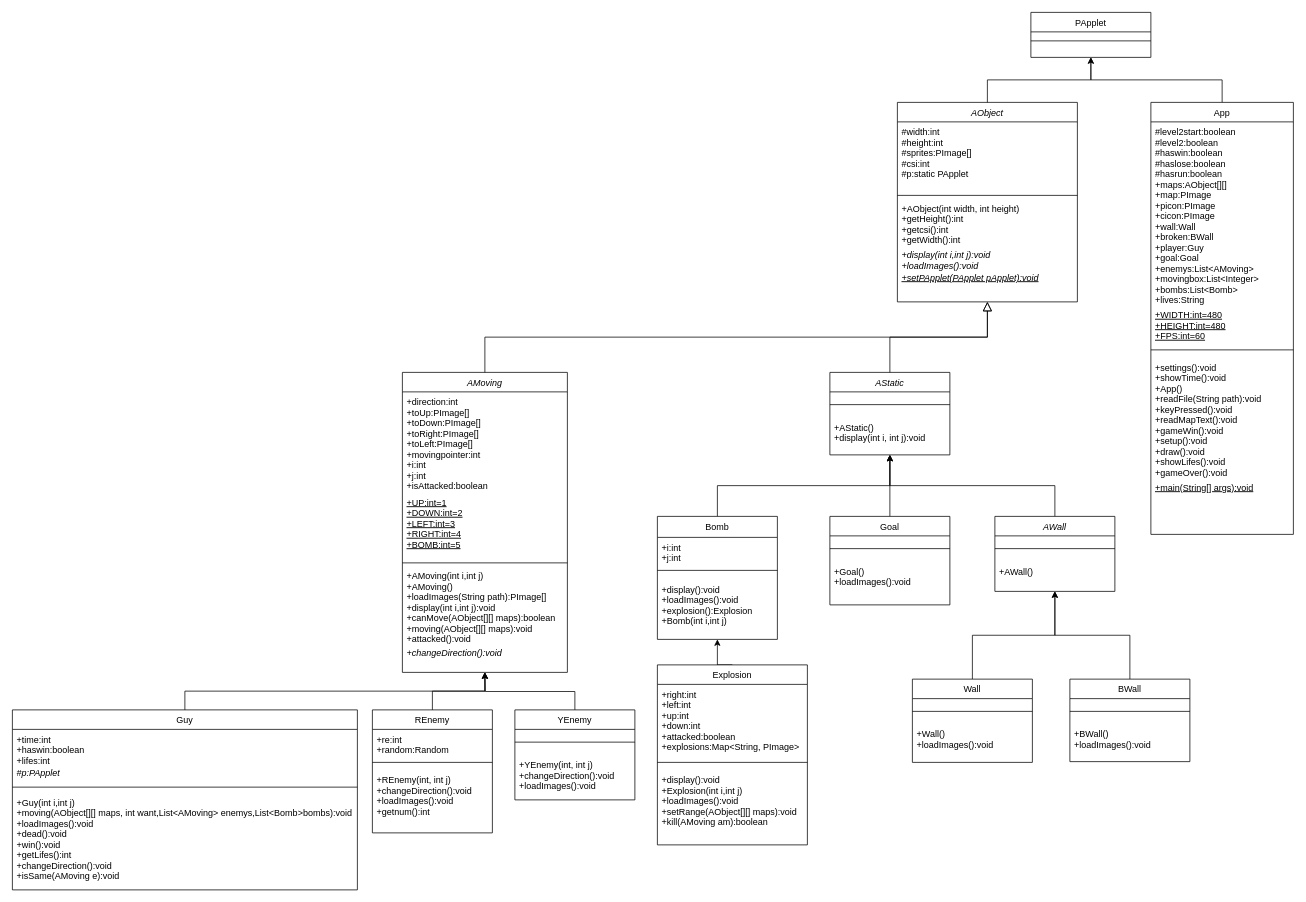
The draw.io diagram Untitled Diagram.drawio in Neptuneqaq/neptune, before the edit. Source tidied: cells renumbered, new cells numbered last; positions are measured from the earlier drawing's top-left corner, leaving out a move shared by most shapes. Both pictures are drawn from the tidied source at 75%, with x=0, y=0 at pixel (12, 12).
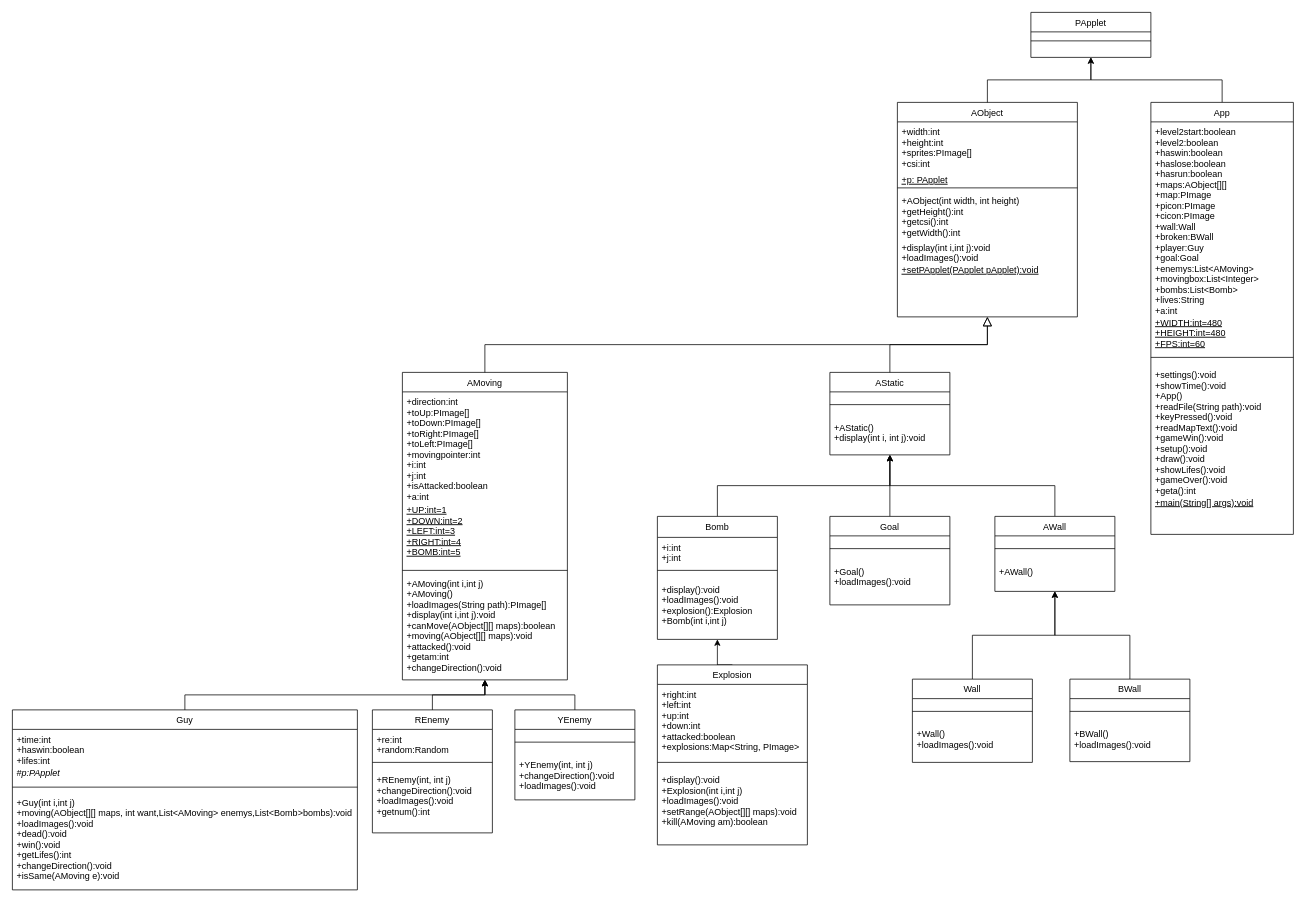
The same page after the edit.

The change refers to these unchanged cells:
```xml
<mxCell id="20" value="App" style="swimlane;fontStyle=0;align=center;verticalAlign=top;horizontal=1;startSize=26;rounded=0;shadow=0;strokeWidth=1;" parent="1" vertex="1">
  <mxGeometry x="1518" y="120" width="190" height="576" as="geometry" />
</mxCell>
<mxCell id="67" value="YEnemy" style="swimlane;fontStyle=0;align=center;verticalAlign=top;horizontal=1;startSize=26;rounded=0;shadow=0;strokeWidth=1;fontColor=default;" parent="1" vertex="1">
  <mxGeometry x="670" y="930" width="160" height="120" as="geometry" />
</mxCell>
```

Change to the diagram source:
```diff
@@
-    <mxCell id="2" value="AObject" style="swimlane;fontStyle=2;align=center;verticalAlign=top;horizontal=1;startSize=26;rounded=0;shadow=0;strokeWidth=1;" parent="1" vertex="1">
-      <mxGeometry x="1180" y="120" width="240" height="266" as="geometry" />
+    <mxCell id="2" value="AObject" style="swimlane;fontStyle=0;align=center;verticalAlign=top;horizontal=1;startSize=26;rounded=0;shadow=0;strokeWidth=1;" parent="1" vertex="1">
+      <mxGeometry x="1180" y="120" width="240" height="286" as="geometry" />
     </mxCell>
-    <mxCell id="3" value="#width:int&#10;#height:int&#10;#sprites:PImage[]&#10;#csi:int&#10;#p:static PApplet" style="text;align=left;verticalAlign=top;spacingLeft=4;spacingRight=4;overflow=hidden;" parent="2" vertex="1">
-      <mxGeometry y="26" width="240" height="94" as="geometry" />
+    <mxCell id="3" value="+width:int&#10;+height:int&#10;+sprites:PImage[]&#10;+csi:int" style="text;align=left;verticalAlign=top;spacingLeft=4;spacingRight=4;overflow=hidden;" parent="2" vertex="1">
+      <mxGeometry y="26" width="240" height="64" as="geometry" />
     </mxCell>
+    <mxCell id="70" value="+p: PApplet" style="text;align=left;verticalAlign=top;spacingLeft=4;spacingRight=4;overflow=hidden;fontStyle=4;" parent="2" vertex="1">
+      <mxGeometry y="90" width="240" height="20" as="geometry" />
+    </mxCell>
     <mxCell id="4" style="line;html=1;strokeWidth=1;align=left;verticalAlign=middle;spacingTop=-1;spacingLeft=3;spacingRight=3;labelPosition=right;" parent="2" vertex="1">
-      <mxGeometry y="120" width="240" height="8" as="geometry" />
+      <mxGeometry y="110" width="240" height="8" as="geometry" />
     </mxCell>
     <mxCell id="5" value="+AObject(int width, int height)&#10;+getHeight():int&#10;+getcsi():int&#10;+getWidth():int" style="text;align=left;verticalAlign=top;spacingLeft=4;spacingRight=4;overflow=hidden;fontStyle=0;" parent="2" vertex="1">
-      <mxGeometry y="128" width="240" height="62" as="geometry" />
+      <mxGeometry y="118" width="240" height="62" as="geometry" />
     </mxCell>
-    <mxCell id="6" value="+display(int i,int j):void&#10;+loadImages():void" style="text;align=left;verticalAlign=top;spacingLeft=4;spacingRight=4;overflow=hidden;fontStyle=2;" parent="2" vertex="1">
-      <mxGeometry y="190" width="240" height="30" as="geometry" />
+    <mxCell id="6" value="+display(int i,int j):void&#10;+loadImages():void" style="text;align=left;verticalAlign=top;spacingLeft=4;spacingRight=4;overflow=hidden;fontStyle=0;" parent="2" vertex="1">
+      <mxGeometry y="180" width="240" height="30" as="geometry" />
     </mxCell>
-    <mxCell id="7" value="+setPApplet(PApplet pApplet):void" style="text;align=left;verticalAlign=top;spacingLeft=4;spacingRight=4;overflow=hidden;fontStyle=6;" parent="2" vertex="1">
-      <mxGeometry y="220" width="240" height="26" as="geometry" />
+    <mxCell id="7" value="+setPApplet(PApplet pApplet):void" style="text;align=left;verticalAlign=top;spacingLeft=4;spacingRight=4;overflow=hidden;fontStyle=4;" parent="2" vertex="1">
+      <mxGeometry y="210" width="240" height="26" as="geometry" />
     </mxCell>
-    <mxCell id="8" value="AMoving" style="swimlane;fontStyle=2;align=center;verticalAlign=top;horizontal=1;startSize=26;rounded=0;shadow=0;strokeWidth=1;" parent="1" vertex="1">
-      <mxGeometry x="520" y="480" width="220" height="400" as="geometry" />
+    <mxCell id="8" value="AMoving" style="swimlane;fontStyle=0;align=center;verticalAlign=top;horizontal=1;startSize=26;rounded=0;shadow=0;strokeWidth=1;" parent="1" vertex="1">
+      <mxGeometry x="520" y="480" width="220" height="410" as="geometry" />
     </mxCell>
-    <mxCell id="9" value="+direction:int&#10;+toUp:PImage[]&#10;+toDown:PImage[]&#10;+toRight:PImage[]&#10;+toLeft:PImage[]&#10;+movingpointer:int&#10;+i:int&#10;+j:int&#10;+isAttacked:boolean&#10;&#10;" style="text;align=left;verticalAlign=top;spacingLeft=4;spacingRight=4;overflow=hidden;" parent="8" vertex="1">
-      <mxGeometry y="26" width="220" height="134" as="geometry" />
+    <mxCell id="9" value="+direction:int&#10;+toUp:PImage[]&#10;+toDown:PImage[]&#10;+toRight:PImage[]&#10;+toLeft:PImage[]&#10;+movingpointer:int&#10;+i:int&#10;+j:int&#10;+isAttacked:boolean&#10;+a:int" style="text;align=left;verticalAlign=top;spacingLeft=4;spacingRight=4;overflow=hidden;" parent="8" vertex="1">
+      <mxGeometry y="26" width="220" height="144" as="geometry" />
     </mxCell>
     <mxCell id="10" value="+UP:int=1&#10;+DOWN:int=2&#10;+LEFT:int=3&#10;+RIGHT:int=4&#10;+BOMB:int=5&#10;&#10;" style="text;align=left;verticalAlign=top;spacingLeft=4;spacingRight=4;overflow=hidden;fontStyle=4;" parent="8" vertex="1">
-      <mxGeometry y="160" width="220" height="90" as="geometry" />
+      <mxGeometry y="170" width="220" height="90" as="geometry" />
     </mxCell>
     <mxCell id="11" style="line;html=1;strokeWidth=1;align=left;verticalAlign=middle;spacingTop=-1;spacingLeft=3;spacingRight=3;labelPosition=right;" parent="8" vertex="1">
-      <mxGeometry y="250" width="220" height="8" as="geometry" />
+      <mxGeometry y="260" width="220" height="8" as="geometry" />
     </mxCell>
-    <mxCell id="12" value="+AMoving(int i,int j)&#10;+AMoving()&#10;+loadImages(String path):PImage[]&#10;+display(int i,int j):void&#10;+canMove(AObject[][] maps):boolean&#10;+moving(AObject[][] maps):void&#10;+attacked():void&#10;" style="text;align=left;verticalAlign=top;spacingLeft=4;spacingRight=4;overflow=hidden;" parent="8" vertex="1">
-      <mxGeometry y="258" width="220" height="102" as="geometry" />
+    <mxCell id="12" value="+AMoving(int i,int j)&#10;+AMoving()&#10;+loadImages(String path):PImage[]&#10;+display(int i,int j):void&#10;+canMove(AObject[][] maps):boolean&#10;+moving(AObject[][] maps):void&#10;+attacked():void&#10;+getam:int&#10;+changeDirection():void" style="text;align=left;verticalAlign=top;spacingLeft=4;spacingRight=4;overflow=hidden;" parent="8" vertex="1">
+      <mxGeometry y="268" width="220" height="132" as="geometry" />
     </mxCell>
-    <mxCell id="13" value="+changeDirection():void" style="text;align=left;verticalAlign=top;spacingLeft=4;spacingRight=4;overflow=hidden;fontStyle=2;" parent="8" vertex="1">
-      <mxGeometry y="360" width="220" height="30" as="geometry" />
-    </mxCell>
@@
-    <mxCell id="15" value="AStatic" style="swimlane;fontStyle=2;align=center;verticalAlign=top;horizontal=1;startSize=26;rounded=0;shadow=0;strokeWidth=1;" parent="1" vertex="1">
+    <mxCell id="15" value="AStatic" style="swimlane;fontStyle=0;align=center;verticalAlign=top;horizontal=1;startSize=26;rounded=0;shadow=0;strokeWidth=1;" parent="1" vertex="1">
       <mxGeometry x="1090" y="480" width="160" height="110" as="geometry" />
     </mxCell>
@@
-    <mxCell id="21" value="#level2start:boolean&#10;#level2:boolean&#10;#haswin:boolean&#10;#haslose:boolean&#10;#hasrun:boolean&#10;+maps:AObject[][]&#10;+map:PImage&#10;+picon:PImage&#10;+cicon:PImage&#10;+wall:Wall&#10;+broken:BWall&#10;+player:Guy&#10;+goal:Goal&#10;+enemys:List&lt;AMoving&gt;&#10;+movingbox:List&lt;Integer&gt;&#10;+bombs:List&lt;Bomb&gt;&#10;+lives:String&#10;" style="text;align=left;verticalAlign=top;spacingLeft=4;spacingRight=4;overflow=hidden;rounded=0;shadow=0;html=0;" parent="20" vertex="1">
-      <mxGeometry y="26" width="190" height="244" as="geometry" />
+    <mxCell id="21" value="+level2start:boolean&#10;+level2:boolean&#10;+haswin:boolean&#10;+haslose:boolean&#10;+hasrun:boolean&#10;+maps:AObject[][]&#10;+map:PImage&#10;+picon:PImage&#10;+cicon:PImage&#10;+wall:Wall&#10;+broken:BWall&#10;+player:Guy&#10;+goal:Goal&#10;+enemys:List&lt;AMoving&gt;&#10;+movingbox:List&lt;Integer&gt;&#10;+bombs:List&lt;Bomb&gt;&#10;+lives:String&#10;+a:int" style="text;align=left;verticalAlign=top;spacingLeft=4;spacingRight=4;overflow=hidden;rounded=0;shadow=0;html=0;" parent="20" vertex="1">
+      <mxGeometry y="26" width="190" height="254" as="geometry" />
     </mxCell>
     <mxCell id="22" value="+WIDTH:int=480&#10;+HEIGHT:int=480&#10;+FPS:int=60" style="text;align=left;verticalAlign=top;spacingLeft=4;spacingRight=4;overflow=hidden;fontStyle=4;" parent="20" vertex="1">
-      <mxGeometry y="270" width="190" height="50" as="geometry" />
+      <mxGeometry y="280" width="190" height="50" as="geometry" />
     </mxCell>
     <mxCell id="23" style="line;html=1;strokeWidth=1;align=left;verticalAlign=middle;spacingTop=-1;spacingLeft=3;spacingRight=3;labelPosition=right;" parent="20" vertex="1">
-      <mxGeometry y="320" width="190" height="20" as="geometry" />
+      <mxGeometry y="330" width="190" height="20" as="geometry" />
     </mxCell>
-    <mxCell id="24" value="+settings():void&#10;+showTime():void&#10;+App()&#10;+readFile(String path):void&#10;+keyPressed():void&#10;+readMapText():void&#10;+gameWin():void&#10;+setup():void&#10;+draw():void&#10;+showLifes():void&#10;+gameOver():void&#10;" style="text;align=left;verticalAlign=top;spacingLeft=4;spacingRight=4;overflow=hidden;" parent="20" vertex="1">
-      <mxGeometry y="340" width="190" height="160" as="geometry" />
+    <mxCell id="24" value="+settings():void&#10;+showTime():void&#10;+App()&#10;+readFile(String path):void&#10;+keyPressed():void&#10;+readMapText():void&#10;+gameWin():void&#10;+setup():void&#10;+draw():void&#10;+showLifes():void&#10;+gameOver():void&#10;+geta():int&#10;" style="text;align=left;verticalAlign=top;spacingLeft=4;spacingRight=4;overflow=hidden;" parent="20" vertex="1">
+      <mxGeometry y="350" width="190" height="170" as="geometry" />
     </mxCell>
     <mxCell id="25" value="+main(String[] args):void" style="text;align=left;verticalAlign=top;spacingLeft=4;spacingRight=4;overflow=hidden;fontStyle=4;" parent="20" vertex="1">
-      <mxGeometry y="500" width="190" height="26" as="geometry" />
+      <mxGeometry y="520" width="190" height="26" as="geometry" />
     </mxCell>
@@
-    <mxCell id="30" value="AWall" style="swimlane;fontStyle=2;align=center;verticalAlign=top;horizontal=1;startSize=26;rounded=0;shadow=0;strokeWidth=1;" parent="1" vertex="1">
+    <mxCell id="30" value="AWall" style="swimlane;fontStyle=0;align=center;verticalAlign=top;horizontal=1;startSize=26;rounded=0;shadow=0;strokeWidth=1;" parent="1" vertex="1">
       <mxGeometry x="1310" y="672" width="160" height="100" as="geometry" />
     </mxCell>
@@
-    <mxCell id="66" style="edgeStyle=orthogonalEdgeStyle;rounded=0;jettySize=auto;html=1;exitX=0.5;exitY=0;exitDx=0;exitDy=0;fontColor=default;" parent="1" edge="1" source="67">
-      <mxGeometry relative="1" as="geometry">
-        <mxPoint x="630" y="880" as="targetPoint" />
-      </mxGeometry>
+    <mxCell id="66" style="edgeStyle=orthogonalEdgeStyle;rounded=0;jettySize=auto;html=1;exitX=0.5;exitY=0;exitDx=0;exitDy=0;fontColor=default;entryX=0.5;entryY=1;entryDx=0;entryDy=0;" parent="1" edge="1" source="67" target="8">
+      <mxGeometry relative="1" as="geometry" />
     </mxCell>
```
